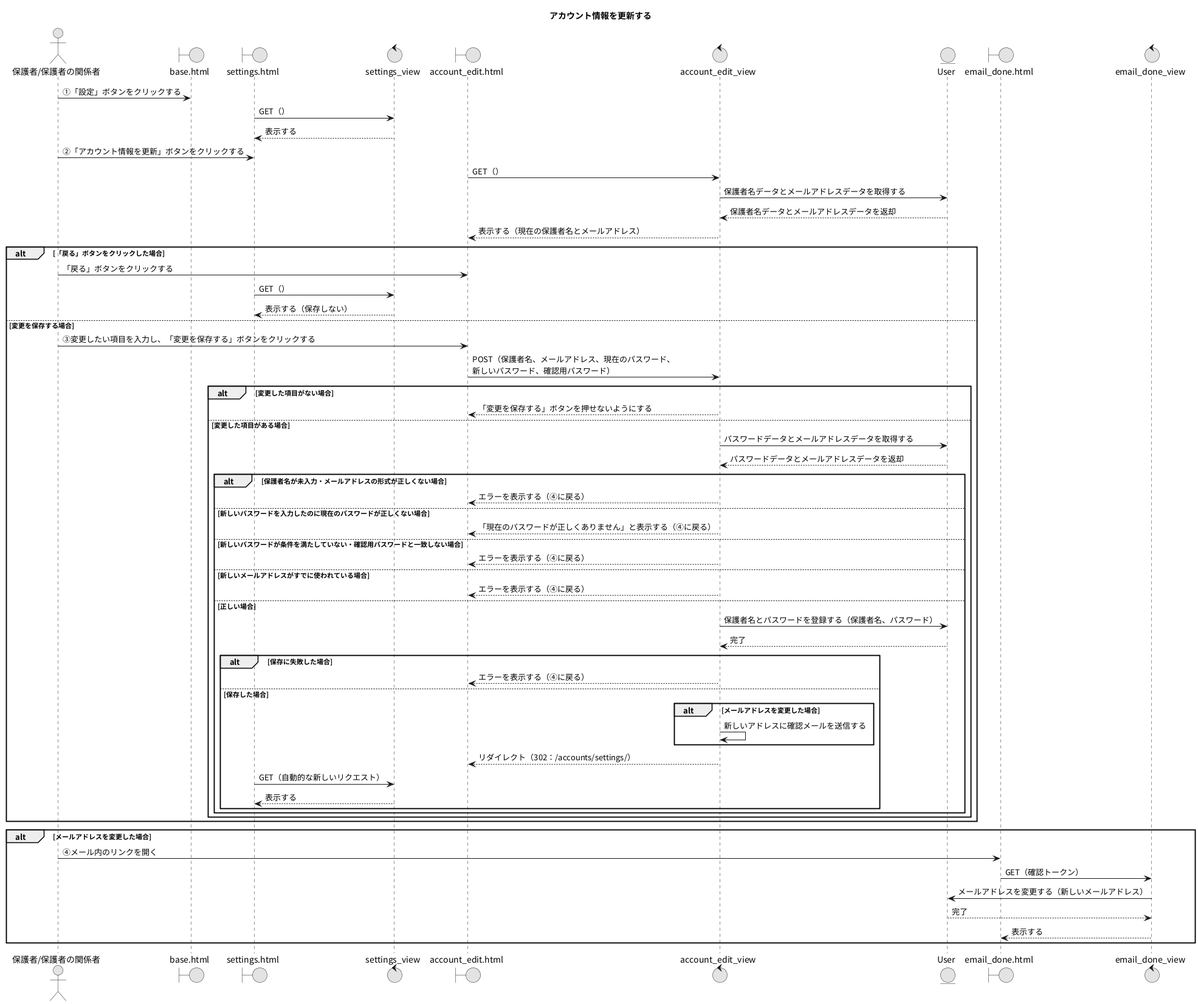
This is PNG/04_アカウント情報を更新する.png from Ma2naga190330/26_sotugyou_puml, a PlantUML export, as it was before one commit. The source it was exported from:
```plantuml
@startuml
title アカウント情報を更新する
skinparam defaultFontName "Noto Sans CJK JP"
skinparam monochrome true

actor "保護者/保護者の関係者" as A
boundary "base.html" as BP
boundary "settings.html" as SP
control "settings_view" as SV
boundary "account_edit.html" as AEP
control "account_edit_view" as AEV
entity "User" as UM
boundary "email_done.html" as EDP
control "email_done_view" as EDV

A -> BP : ①「設定」ボタンをクリックする
SP -> SV : GET（）
SV --> SP : 表示する

A -> SP : ②「アカウント情報を更新」ボタンをクリックする
AEP -> AEV : GET（）
AEV -> UM : 保護者名データとメールアドレスデータを取得する
AEV <-- UM : 保護者名データとメールアドレスデータを返却
AEV --> AEP : 表示する（現在の保護者名とメールアドレス）

alt 「戻る」ボタンをクリックした場合
  A -> AEP : 「戻る」ボタンをクリックする
  SP -> SV : GET（）
  SV --> SP : 表示する（保存しない）
else 変更を保存する場合
  A -> AEP : ③変更したい項目を入力し、「変更を保存する」ボタンをクリックする
  AEP -> AEV : POST（保護者名、メールアドレス、現在のパスワード、\n新しいパスワード、確認用パスワード）
  alt 変更した項目がない場合
    AEV --> AEP : 「変更を保存する」ボタンを押せないようにする
  else 変更した項目がある場合
    AEV -> UM : パスワードデータとメールアドレスデータを取得する
    AEV <-- UM : パスワードデータとメールアドレスデータを返却
    alt 保護者名が未入力・メールアドレスの形式が正しくない場合
      AEV --> AEP : エラーを表示する（④に戻る）
    else 新しいパスワードを入力したのに現在のパスワードが正しくない場合
      AEV --> AEP : 「現在のパスワードが正しくありません」と表示する（④に戻る）
    else 新しいパスワードが条件を満たしていない・確認用パスワードと一致しない場合
      AEV --> AEP : エラーを表示する（④に戻る）
    else 新しいメールアドレスがすでに使われている場合
      AEV --> AEP : エラーを表示する（④に戻る）
    else 正しい場合
      AEV -> UM : 保護者名とパスワードを登録する（保護者名、パスワード）
      AEV <-- UM : 完了
      alt 保存に失敗した場合
        AEV --> AEP : エラーを表示する（④に戻る）
      else 保存した場合
        alt メールアドレスを変更した場合
          AEV -> AEV : 新しいアドレスに確認メールを送信する
        end
        AEV --> AEP : リダイレクト（302：/accounts/settings/）
        SP -> SV : GET（自動的な新しいリクエスト）
        SV --> SP : 表示する
      end
    end
  end
end

alt メールアドレスを変更した場合
  A -> EDP : ④メール内のリンクを開く
  EDP -> EDV : GET（確認トークン）
  EDV -> UM : メールアドレスを変更する（新しいメールアドレス）
  EDV <-- UM : 完了
  EDV --> EDP : 表示する
end
@enduml
```
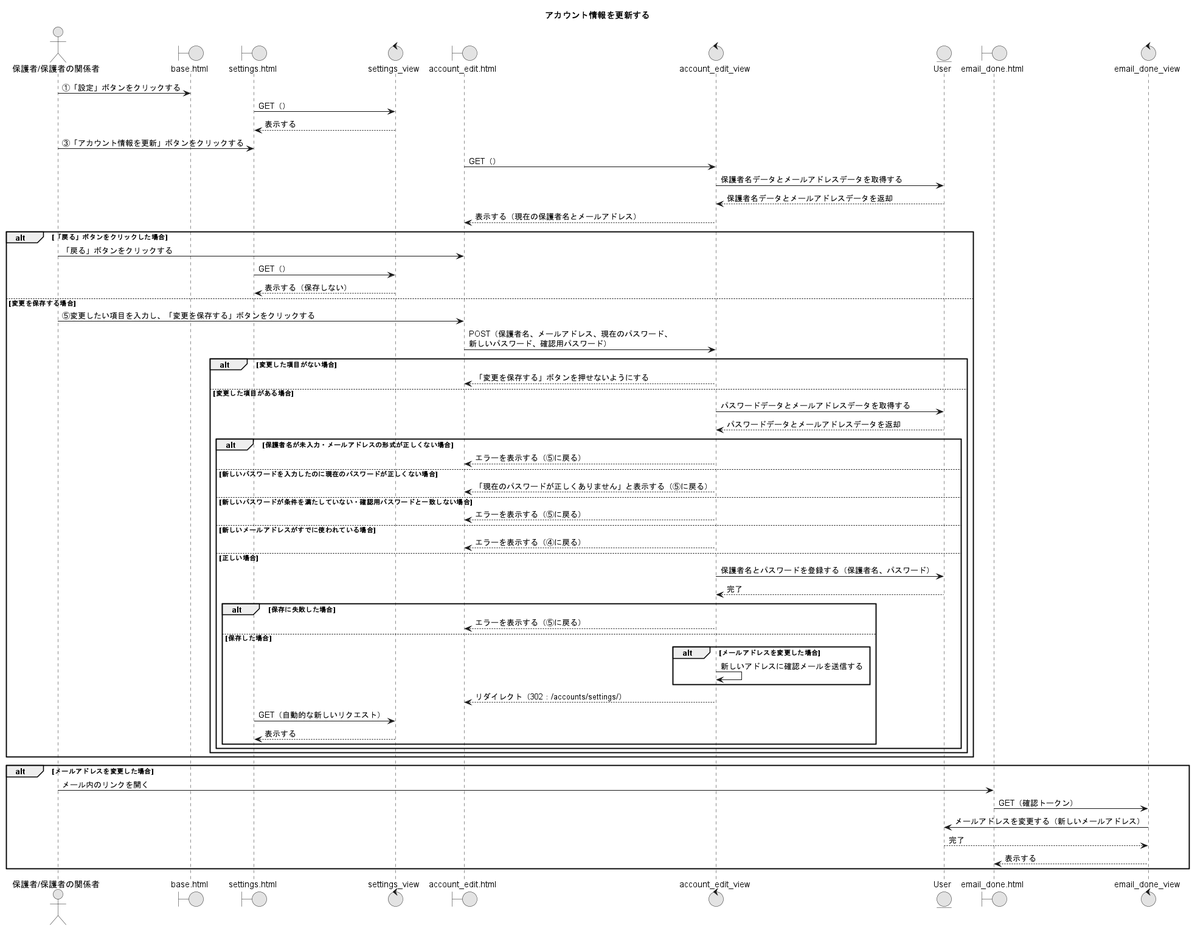
Later version of the same file.

Change to the diagram source:
```diff
@@ -17,7 +17,7 @@
 SP -> SV : GET（）
 SV --> SP : 表示する
 
-A -> SP : ②「アカウント情報を更新」ボタンをクリックする
+A -> SP : ③「アカウント情報を更新」ボタンをクリックする
 AEP -> AEV : GET（）
 AEV -> UM : 保護者名データとメールアドレスデータを取得する
 AEV <-- UM : 保護者名データとメールアドレスデータを返却
@@ -28,7 +28,7 @@
   SP -> SV : GET（）
   SV --> SP : 表示する（保存しない）
 else 変更を保存する場合
-  A -> AEP : ③変更したい項目を入力し、「変更を保存する」ボタンをクリックする
+  A -> AEP : ⑤変更したい項目を入力し、「変更を保存する」ボタンをクリックする
   AEP -> AEV : POST（保護者名、メールアドレス、現在のパスワード、\n新しいパスワード、確認用パスワード）
   alt 変更した項目がない場合
     AEV --> AEP : 「変更を保存する」ボタンを押せないようにする
@@ -36,18 +36,18 @@
     AEV -> UM : パスワードデータとメールアドレスデータを取得する
     AEV <-- UM : パスワードデータとメールアドレスデータを返却
     alt 保護者名が未入力・メールアドレスの形式が正しくない場合
-      AEV --> AEP : エラーを表示する（④に戻る）
+      AEV --> AEP : エラーを表示する（⑤に戻る）
     else 新しいパスワードを入力したのに現在のパスワードが正しくない場合
-      AEV --> AEP : 「現在のパスワードが正しくありません」と表示する（④に戻る）
+      AEV --> AEP : 「現在のパスワードが正しくありません」と表示する（⑤に戻る）
     else 新しいパスワードが条件を満たしていない・確認用パスワードと一致しない場合
-      AEV --> AEP : エラーを表示する（④に戻る）
+      AEV --> AEP : エラーを表示する（⑤に戻る）
     else 新しいメールアドレスがすでに使われている場合
       AEV --> AEP : エラーを表示する（④に戻る）
     else 正しい場合
       AEV -> UM : 保護者名とパスワードを登録する（保護者名、パスワード）
       AEV <-- UM : 完了
       alt 保存に失敗した場合
-        AEV --> AEP : エラーを表示する（④に戻る）
+        AEV --> AEP : エラーを表示する（⑤に戻る）
       else 保存した場合
         alt メールアドレスを変更した場合
           AEV -> AEV : 新しいアドレスに確認メールを送信する
@@ -61,7 +61,7 @@
 end
 
 alt メールアドレスを変更した場合
-  A -> EDP : ④メール内のリンクを開く
+  A -> EDP : メール内のリンクを開く
   EDP -> EDV : GET（確認トークン）
   EDV -> UM : メールアドレスを変更する（新しいメールアドレス）
   EDV <-- UM : 完了
```
